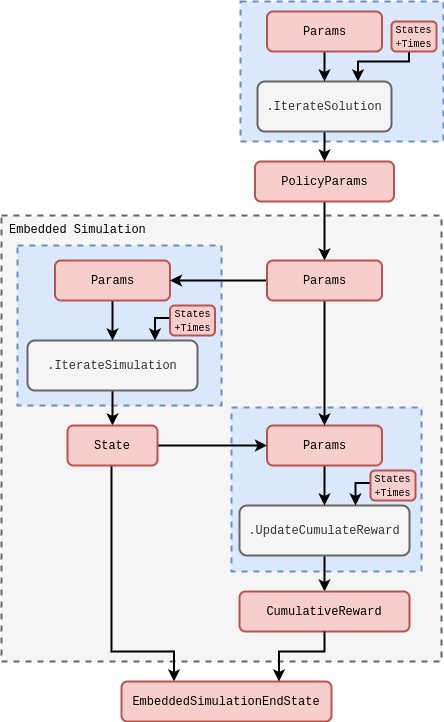
The draw.io diagram assets/stochadexIV/stochadexIV-action-optimisation-code.drawio.png in umbralcalc/umbralcalc.github.io, before a commit. Source tidied: cells renumbered, new cells last; positions are measured from the earlier drawing's top-left corner, leaving out a move shared by most shapes. Its diagram source:
```xml
<mxGraphModel>
  <root>
    <mxCell id="0" />
    <mxCell id="1" parent="0" />
    <mxCell id="2" style="rounded=0;whiteSpace=wrap;html=1;fillColor=#f5f5f5;dashed=1;strokeWidth=2;fontColor=#333333;strokeColor=#666666;" parent="1" vertex="1">
      <mxGeometry y="214" width="440" height="446" as="geometry" />
    </mxCell>
    <mxCell id="3" style="rounded=0;whiteSpace=wrap;html=1;dashed=1;strokeWidth=2;fillColor=#dae8fc;strokeColor=#6c8ebf;" parent="1" vertex="1">
      <mxGeometry x="16" y="244" width="204" height="160" as="geometry" />
    </mxCell>
    <mxCell id="4" style="rounded=0;whiteSpace=wrap;html=1;dashed=1;strokeWidth=2;fillColor=#dae8fc;strokeColor=#6c8ebf;" parent="1" vertex="1">
      <mxGeometry x="230" y="406" width="190" height="164" as="geometry" />
    </mxCell>
    <mxCell id="5" style="edgeStyle=orthogonalEdgeStyle;rounded=0;jettySize=auto;html=1;entryX=0.5;entryY=0;entryDx=0;entryDy=0;strokeWidth=2;" parent="1" edge="1" source="6" target="16">
      <mxGeometry relative="1" as="geometry" />
    </mxCell>
    <mxCell id="6" value="&lt;font face=&quot;Courier New&quot;&gt;.UpdateCumulateReward&lt;/font&gt;" style="rounded=1;whiteSpace=wrap;html=1;strokeWidth=2;fillColor=#f5f5f5;fontColor=#333333;strokeColor=#666666;" parent="1" vertex="1">
      <mxGeometry x="238" y="504" width="170" height="50" as="geometry" />
    </mxCell>
    <mxCell id="7" style="edgeStyle=orthogonalEdgeStyle;rounded=0;jettySize=auto;html=1;strokeWidth=2;" parent="1" edge="1" source="8" target="6">
      <mxGeometry relative="1" as="geometry" />
    </mxCell>
    <mxCell id="8" value="&lt;font face=&quot;Courier New&quot;&gt;Params&lt;/font&gt;" style="rounded=1;whiteSpace=wrap;html=1;strokeWidth=2;fillColor=#f8cecc;strokeColor=#b85450;" parent="1" vertex="1">
      <mxGeometry x="265.5" y="424" width="115" height="40" as="geometry" />
    </mxCell>
    <mxCell id="9" style="edgeStyle=orthogonalEdgeStyle;rounded=0;jettySize=auto;html=1;strokeWidth=2;" parent="1" edge="1" source="10" target="13">
      <mxGeometry relative="1" as="geometry" />
    </mxCell>
    <mxCell id="10" value="&lt;font face=&quot;Courier New&quot;&gt;.Iterate&lt;/font&gt;&lt;span style=&quot;font-family: &amp;quot;Courier New&amp;quot;;&quot;&gt;Simulation&lt;/span&gt;" style="rounded=1;whiteSpace=wrap;html=1;strokeWidth=2;fillColor=#f5f5f5;fontColor=#333333;strokeColor=#666666;" parent="1" vertex="1">
      <mxGeometry x="26" y="339" width="170" height="50" as="geometry" />
    </mxCell>
    <mxCell id="11" style="edgeStyle=orthogonalEdgeStyle;rounded=0;jettySize=auto;html=1;strokeWidth=2;" parent="1" edge="1" source="13" target="8">
      <mxGeometry relative="1" as="geometry" />
    </mxCell>
    <mxCell id="12" style="edgeStyle=orthogonalEdgeStyle;rounded=0;jettySize=auto;html=1;entryX=0.25;entryY=0;entryDx=0;entryDy=0;strokeWidth=2;" parent="1" edge="1" source="13" target="30">
      <mxGeometry relative="1" as="geometry">
        <Array as="points">
          <mxPoint x="110" y="650" />
          <mxPoint x="173" y="650" />
        </Array>
      </mxGeometry>
    </mxCell>
    <mxCell id="13" value="&lt;font face=&quot;Courier New&quot;&gt;State&lt;/font&gt;" style="rounded=1;whiteSpace=wrap;html=1;strokeWidth=2;fillColor=#f8cecc;strokeColor=#b85450;" parent="1" vertex="1">
      <mxGeometry x="66" y="424" width="90" height="40" as="geometry" />
    </mxCell>
    <mxCell id="14" style="edgeStyle=orthogonalEdgeStyle;rounded=0;jettySize=auto;html=1;strokeWidth=2;" parent="1" edge="1" source="15" target="10">
      <mxGeometry relative="1" as="geometry" />
    </mxCell>
    <mxCell id="15" value="&lt;font face=&quot;Courier New&quot;&gt;Params&lt;/font&gt;" style="rounded=1;whiteSpace=wrap;html=1;strokeWidth=2;fillColor=#f8cecc;strokeColor=#b85450;" parent="1" vertex="1">
      <mxGeometry x="53.5" y="259" width="115" height="40" as="geometry" />
    </mxCell>
    <mxCell id="16" value="&lt;font face=&quot;Courier New&quot;&gt;CumulativeReward&lt;/font&gt;" style="rounded=1;whiteSpace=wrap;html=1;strokeWidth=2;fillColor=#f8cecc;strokeColor=#b85450;" parent="1" vertex="1">
      <mxGeometry x="238" y="590" width="170" height="40" as="geometry" />
    </mxCell>
    <mxCell id="17" style="edgeStyle=orthogonalEdgeStyle;rounded=0;jettySize=auto;html=1;entryX=0.75;entryY=0;entryDx=0;entryDy=0;strokeWidth=2;exitX=0;exitY=0.5;exitDx=0;exitDy=0;" parent="1" edge="1" target="10">
      <mxGeometry relative="1" as="geometry">
        <mxPoint x="171" y="316.5" as="sourcePoint" />
        <Array as="points">
          <mxPoint x="154" y="317" />
        </Array>
      </mxGeometry>
    </mxCell>
    <mxCell id="18" style="edgeStyle=orthogonalEdgeStyle;rounded=0;jettySize=auto;html=1;strokeWidth=2;entryX=0.5;entryY=0;entryDx=0;entryDy=0;" parent="1" edge="1" source="19" target="29">
      <mxGeometry relative="1" as="geometry" />
    </mxCell>
    <mxCell id="19" value="&lt;font face=&quot;Courier New&quot;&gt;PolicyParams&lt;/font&gt;" style="rounded=1;whiteSpace=wrap;html=1;strokeWidth=2;fillColor=#f8cecc;strokeColor=#b85450;" parent="1" vertex="1">
      <mxGeometry x="253.5" y="160" width="139" height="40" as="geometry" />
    </mxCell>
    <mxCell id="20" style="rounded=0;whiteSpace=wrap;html=1;dashed=1;strokeWidth=2;fillColor=#dae8fc;strokeColor=#6c8ebf;" parent="1" vertex="1">
      <mxGeometry x="239" width="203" height="140" as="geometry" />
    </mxCell>
    <mxCell id="21" style="edgeStyle=orthogonalEdgeStyle;rounded=0;jettySize=auto;html=1;strokeWidth=2;entryX=0.5;entryY=0;entryDx=0;entryDy=0;" parent="1" edge="1" source="22" target="19">
      <mxGeometry relative="1" as="geometry" />
    </mxCell>
    <mxCell id="22" value="&lt;font face=&quot;Courier New&quot;&gt;.IterateSolution&lt;/font&gt;" style="rounded=1;whiteSpace=wrap;html=1;strokeWidth=2;fillColor=#f5f5f5;fontColor=#333333;strokeColor=#666666;" parent="1" vertex="1">
      <mxGeometry x="256" y="80" width="134" height="50" as="geometry" />
    </mxCell>
    <mxCell id="23" style="edgeStyle=orthogonalEdgeStyle;rounded=0;jettySize=auto;html=1;strokeWidth=2;" parent="1" edge="1" source="24" target="22">
      <mxGeometry relative="1" as="geometry" />
    </mxCell>
    <mxCell id="24" value="&lt;font face=&quot;Courier New&quot;&gt;Params&lt;/font&gt;" style="rounded=1;whiteSpace=wrap;html=1;strokeWidth=2;fillColor=#f8cecc;strokeColor=#b85450;" parent="1" vertex="1">
      <mxGeometry x="265.5" y="10" width="115" height="40" as="geometry" />
    </mxCell>
    <mxCell id="25" style="edgeStyle=orthogonalEdgeStyle;rounded=0;jettySize=auto;html=1;entryX=0.75;entryY=0;entryDx=0;entryDy=0;strokeWidth=2;exitX=0.5;exitY=1;exitDx=0;exitDy=0;" parent="1" edge="1" target="22">
      <mxGeometry relative="1" as="geometry">
        <mxPoint x="407.5" y="50" as="sourcePoint" />
        <Array as="points">
          <mxPoint x="408" y="60" />
          <mxPoint x="357" y="60" />
        </Array>
      </mxGeometry>
    </mxCell>
    <mxCell id="26" style="edgeStyle=orthogonalEdgeStyle;rounded=0;orthogonalLoop=1;jettySize=auto;html=1;entryX=0.75;entryY=0;entryDx=0;entryDy=0;strokeWidth=2;exitX=0;exitY=0.5;exitDx=0;exitDy=0;" parent="1" edge="1">
      <mxGeometry relative="1" as="geometry">
        <mxPoint x="371" y="481.5" as="sourcePoint" />
        <mxPoint x="354" y="504" as="targetPoint" />
        <Array as="points">
          <mxPoint x="354" y="482" />
        </Array>
      </mxGeometry>
    </mxCell>
    <mxCell id="27" style="edgeStyle=orthogonalEdgeStyle;rounded=0;jettySize=auto;html=1;entryX=1;entryY=0.5;entryDx=0;entryDy=0;strokeWidth=2;" parent="1" edge="1" source="29" target="15">
      <mxGeometry relative="1" as="geometry" />
    </mxCell>
    <mxCell id="28" style="edgeStyle=orthogonalEdgeStyle;rounded=0;jettySize=auto;html=1;strokeWidth=2;" parent="1" edge="1" source="29" target="8">
      <mxGeometry relative="1" as="geometry" />
    </mxCell>
    <mxCell id="29" value="&lt;font face=&quot;Courier New&quot;&gt;Params&lt;/font&gt;" style="rounded=1;whiteSpace=wrap;html=1;strokeWidth=2;fillColor=#f8cecc;strokeColor=#b85450;" parent="1" vertex="1">
      <mxGeometry x="265.5" y="259" width="115" height="40" as="geometry" />
    </mxCell>
    <mxCell id="30" value="&lt;font face=&quot;Courier New&quot;&gt;EmbeddedSimulationEndState&lt;/font&gt;" style="rounded=1;whiteSpace=wrap;html=1;strokeWidth=2;fillColor=#f8cecc;strokeColor=#b85450;" parent="1" vertex="1">
      <mxGeometry x="120" y="680" width="210" height="40" as="geometry" />
    </mxCell>
    <mxCell id="31" value="&lt;span style=&quot;font-family: &amp;quot;Courier New&amp;quot;; font-size: 12px; font-style: normal; font-variant-ligatures: normal; font-variant-caps: normal; letter-spacing: normal; orphans: 2; text-align: center; text-indent: 0px; text-transform: none; widows: 2; word-spacing: 0px; -webkit-text-stroke-width: 0px; white-space: normal; text-decoration-thickness: initial; text-decoration-style: initial; text-decoration-color: initial; float: none; display: inline !important;&quot;&gt;Embedded Simulation&lt;/span&gt;" style="text;whiteSpace=wrap;html=1;" parent="1" vertex="1">
      <mxGeometry x="5.5" y="214" width="160" height="29" as="geometry" />
    </mxCell>
    <mxCell id="32" value="&lt;div style=&quot;line-height: 100%;&quot;&gt;&lt;span style=&quot;font-size: 10px; background-color: transparent; color: light-dark(rgb(0, 0, 0), rgb(255, 255, 255));&quot;&gt;&lt;font face=&quot;Courier New&quot;&gt;States&lt;/font&gt;&lt;/span&gt;&lt;div&gt;&lt;font face=&quot;Courier New&quot; style=&quot;line-height: 100%; font-size: 10px;&quot;&gt;&lt;font style=&quot;&quot;&gt;+&lt;/font&gt;&lt;span style=&quot;background-color: transparent; color: light-dark(rgb(0, 0, 0), rgb(255, 255, 255));&quot;&gt;Times&lt;/span&gt;&lt;/font&gt;&lt;/div&gt;&lt;/div&gt;" style="rounded=1;whiteSpace=wrap;html=1;strokeWidth=2;fillColor=#f8cecc;strokeColor=#b85450;" parent="1" vertex="1">
      <mxGeometry x="390" y="20" width="45" height="30" as="geometry" />
    </mxCell>
    <mxCell id="33" value="&lt;div style=&quot;line-height: 100%;&quot;&gt;&lt;span style=&quot;font-size: 10px; background-color: transparent; color: light-dark(rgb(0, 0, 0), rgb(255, 255, 255));&quot;&gt;&lt;font face=&quot;Courier New&quot;&gt;States&lt;/font&gt;&lt;/span&gt;&lt;div&gt;&lt;font face=&quot;Courier New&quot; style=&quot;line-height: 100%; font-size: 10px;&quot;&gt;&lt;font style=&quot;&quot;&gt;+&lt;/font&gt;&lt;span style=&quot;background-color: transparent; color: light-dark(rgb(0, 0, 0), rgb(255, 255, 255));&quot;&gt;Times&lt;/span&gt;&lt;/font&gt;&lt;/div&gt;&lt;/div&gt;" style="rounded=1;whiteSpace=wrap;html=1;strokeWidth=2;fillColor=#f8cecc;strokeColor=#b85450;" parent="1" vertex="1">
      <mxGeometry x="168.5" y="304" width="45" height="30" as="geometry" />
    </mxCell>
    <mxCell id="34" value="&lt;div style=&quot;line-height: 100%;&quot;&gt;&lt;span style=&quot;font-size: 10px; background-color: transparent; color: light-dark(rgb(0, 0, 0), rgb(255, 255, 255));&quot;&gt;&lt;font face=&quot;Courier New&quot;&gt;States&lt;/font&gt;&lt;/span&gt;&lt;div&gt;&lt;font face=&quot;Courier New&quot; style=&quot;line-height: 100%; font-size: 10px;&quot;&gt;&lt;font style=&quot;&quot;&gt;+&lt;/font&gt;&lt;span style=&quot;background-color: transparent; color: light-dark(rgb(0, 0, 0), rgb(255, 255, 255));&quot;&gt;Times&lt;/span&gt;&lt;/font&gt;&lt;/div&gt;&lt;/div&gt;" style="rounded=1;whiteSpace=wrap;html=1;strokeWidth=2;fillColor=#f8cecc;strokeColor=#b85450;" parent="1" vertex="1">
      <mxGeometry x="369" y="469" width="45" height="30" as="geometry" />
    </mxCell>
    <mxCell id="35" style="edgeStyle=orthogonalEdgeStyle;rounded=0;jettySize=auto;html=1;entryX=0.75;entryY=0;entryDx=0;entryDy=0;strokeWidth=2;exitX=0.5;exitY=1;exitDx=0;exitDy=0;" parent="1" edge="1" source="16" target="30">
      <mxGeometry relative="1" as="geometry">
        <Array as="points">
          <mxPoint x="323" y="650" />
          <mxPoint x="278" y="650" />
        </Array>
      </mxGeometry>
    </mxCell>
  </root>
</mxGraphModel>
```
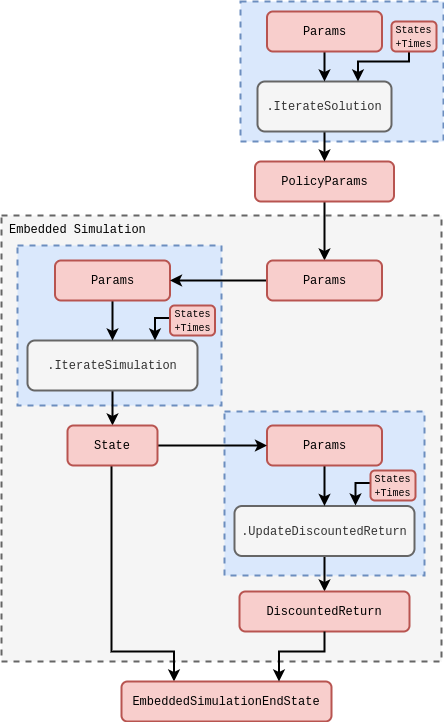
Later version of the same file.

Commit message:
added tweaks to diagram and text

Change to the diagram source:
```diff
@@ -9,13 +9,13 @@
       <mxGeometry x="16" y="244" width="204" height="160" as="geometry" />
     </mxCell>
     <mxCell id="4" style="rounded=0;whiteSpace=wrap;html=1;dashed=1;strokeWidth=2;fillColor=#dae8fc;strokeColor=#6c8ebf;" parent="1" vertex="1">
-      <mxGeometry x="230" y="406" width="190" height="164" as="geometry" />
+      <mxGeometry x="223" y="410" width="200" height="164" as="geometry" />
     </mxCell>
     <mxCell id="5" style="edgeStyle=orthogonalEdgeStyle;rounded=0;jettySize=auto;html=1;entryX=0.5;entryY=0;entryDx=0;entryDy=0;strokeWidth=2;" parent="1" edge="1" source="6" target="16">
       <mxGeometry relative="1" as="geometry" />
     </mxCell>
-    <mxCell id="6" value="&lt;font face=&quot;Courier New&quot;&gt;.UpdateCumulateReward&lt;/font&gt;" style="rounded=1;whiteSpace=wrap;html=1;strokeWidth=2;fillColor=#f5f5f5;fontColor=#333333;strokeColor=#666666;" parent="1" vertex="1">
-      <mxGeometry x="238" y="504" width="170" height="50" as="geometry" />
+    <mxCell id="6" value="&lt;font face=&quot;Courier New&quot;&gt;.UpdateDiscountedReturn&lt;/font&gt;" style="rounded=1;whiteSpace=wrap;html=1;strokeWidth=2;fillColor=#f5f5f5;fontColor=#333333;strokeColor=#666666;" parent="1" vertex="1">
+      <mxGeometry x="233" y="504.5" width="180" height="50" as="geometry" />
     </mxCell>
     <mxCell id="7" style="edgeStyle=orthogonalEdgeStyle;rounded=0;jettySize=auto;html=1;strokeWidth=2;" parent="1" edge="1" source="8" target="6">
       <mxGeometry relative="1" as="geometry" />
@@ -49,7 +49,7 @@
     <mxCell id="15" value="&lt;font face=&quot;Courier New&quot;&gt;Params&lt;/font&gt;" style="rounded=1;whiteSpace=wrap;html=1;strokeWidth=2;fillColor=#f8cecc;strokeColor=#b85450;" parent="1" vertex="1">
       <mxGeometry x="53.5" y="259" width="115" height="40" as="geometry" />
     </mxCell>
-    <mxCell id="16" value="&lt;font face=&quot;Courier New&quot;&gt;CumulativeReward&lt;/font&gt;" style="rounded=1;whiteSpace=wrap;html=1;strokeWidth=2;fillColor=#f8cecc;strokeColor=#b85450;" parent="1" vertex="1">
+    <mxCell id="16" value="&lt;font face=&quot;Courier New&quot;&gt;DiscountedReturn&lt;/font&gt;" style="rounded=1;whiteSpace=wrap;html=1;strokeWidth=2;fillColor=#f8cecc;strokeColor=#b85450;" parent="1" vertex="1">
       <mxGeometry x="238" y="590" width="170" height="40" as="geometry" />
     </mxCell>
     <mxCell id="17" style="edgeStyle=orthogonalEdgeStyle;rounded=0;jettySize=auto;html=1;entryX=0.75;entryY=0;entryDx=0;entryDy=0;strokeWidth=2;exitX=0;exitY=0.5;exitDx=0;exitDy=0;" parent="1" edge="1" target="10">
@@ -102,9 +102,6 @@
     <mxCell id="27" style="edgeStyle=orthogonalEdgeStyle;rounded=0;jettySize=auto;html=1;entryX=1;entryY=0.5;entryDx=0;entryDy=0;strokeWidth=2;" parent="1" edge="1" source="29" target="15">
       <mxGeometry relative="1" as="geometry" />
     </mxCell>
-    <mxCell id="28" style="edgeStyle=orthogonalEdgeStyle;rounded=0;jettySize=auto;html=1;strokeWidth=2;" parent="1" edge="1" source="29" target="8">
-      <mxGeometry relative="1" as="geometry" />
-    </mxCell>
     <mxCell id="29" value="&lt;font face=&quot;Courier New&quot;&gt;Params&lt;/font&gt;" style="rounded=1;whiteSpace=wrap;html=1;strokeWidth=2;fillColor=#f8cecc;strokeColor=#b85450;" parent="1" vertex="1">
       <mxGeometry x="265.5" y="259" width="115" height="40" as="geometry" />
     </mxCell>
```
